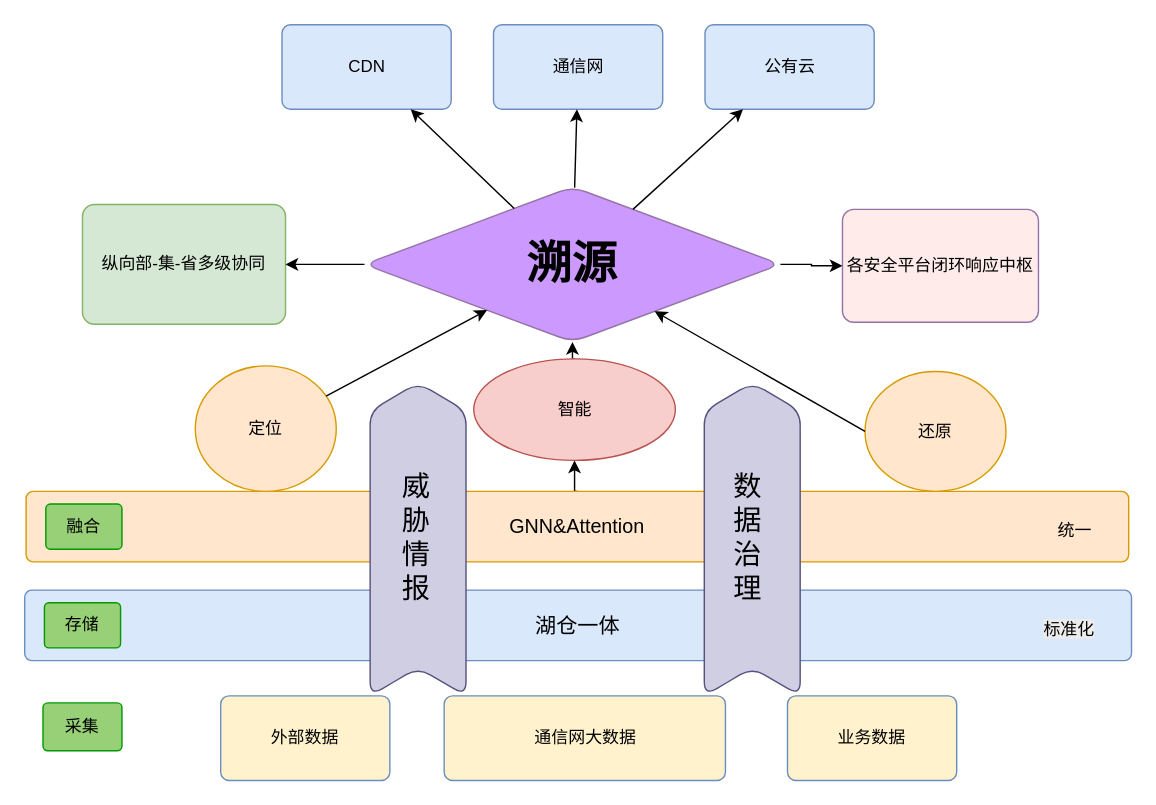
asdlijinquan/- keeps this draw.io diagram as 溯源架构.drawio. Above is the earlier version. Source tidied: cells renumbered, new cells numbered last; positions are measured from the earlier drawing's top-left corner, leaving out a move shared by most shapes. Both pictures are drawn from the tidied source at 141%, with x=0, y=0 at pixel (24, 24).
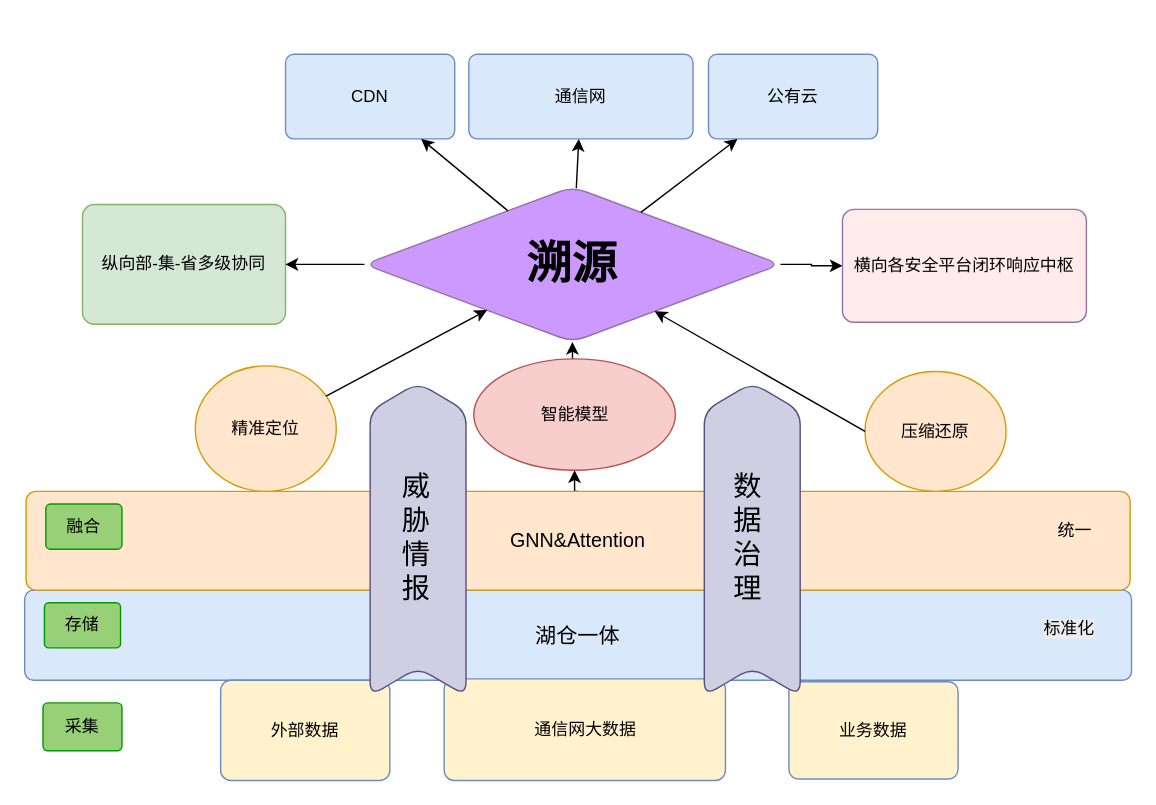
The same diagram, later.

Commit message:
更新溯源架构.drawio

Change to the diagram source:
```diff
@@
     <mxCell id="2" value="&lt;font style=&quot;font-size: 15px;&quot;&gt;湖仓一体&lt;/font&gt;" style="rounded=1;whiteSpace=wrap;html=1;arcSize=10;fillColor=#dae8fc;strokeColor=#6c8ebf;" parent="1" vertex="1">
-      <mxGeometry y="401" width="785" height="50" as="geometry" />
+      <mxGeometry y="401" width="785" height="64" as="geometry" />
     </mxCell>
@@
     <mxCell id="4" value="&lt;font style=&quot;font-size: 14px;&quot;&gt;GNN&amp;amp;Attention&lt;/font&gt;" style="rounded=1;whiteSpace=wrap;html=1;arcSize=10;fillColor=#ffe6cc;strokeColor=#d79b00;" parent="1" vertex="1">
-      <mxGeometry x="1" y="331" width="782" height="50" as="geometry" />
+      <mxGeometry x="1" y="331" width="783" height="70" as="geometry" />
     </mxCell>
     <mxCell id="5" value="外部数据" style="rounded=1;whiteSpace=wrap;html=1;arcSize=10;fillColor=#FFF2CC;strokeColor=#6c8ebf;" parent="1" vertex="1">
-      <mxGeometry x="139" y="476" width="120" height="60" as="geometry" />
+      <mxGeometry x="139" y="465" width="120" height="71" as="geometry" />
     </mxCell>
     <mxCell id="6" value="通信网大数据" style="rounded=1;whiteSpace=wrap;html=1;arcSize=10;fillColor=#FFF2CC;strokeColor=#6c8ebf;" parent="1" vertex="1">
-      <mxGeometry x="297.5" y="476" width="199.5" height="60" as="geometry" />
+      <mxGeometry x="297.5" y="464" width="199.5" height="72" as="geometry" />
     </mxCell>
     <mxCell id="7" value="业务数据" style="rounded=1;whiteSpace=wrap;html=1;arcSize=10;fillColor=#FFF2CC;strokeColor=#6c8ebf;" parent="1" vertex="1">
-      <mxGeometry x="541" y="476" width="120" height="60" as="geometry" />
+      <mxGeometry x="542" y="466" width="120" height="69" as="geometry" />
     </mxCell>
@@
-    <mxCell id="12" value="各安全平台闭环响应中枢" style="rounded=1;whiteSpace=wrap;html=1;arcSize=10;fillColor=#FEEBEA;strokeColor=#9673a6;" parent="1" vertex="1">
-      <mxGeometry x="580" y="131" width="139" height="80" as="geometry" />
+    <mxCell id="12" value="横向各安全平台闭环响应中枢" style="rounded=1;whiteSpace=wrap;html=1;arcSize=10;fillColor=#FEEBEA;strokeColor=#9673a6;" parent="1" vertex="1">
+      <mxGeometry x="580" y="131" width="173" height="80" as="geometry" />
     </mxCell>
@@
-    <mxCell id="16" value="定位" style="ellipse;whiteSpace=wrap;html=1;fillColor=#ffe6cc;strokeColor=#d79b00;" parent="1" vertex="1">
+    <mxCell id="16" value="精准定位" style="ellipse;whiteSpace=wrap;html=1;fillColor=#ffe6cc;strokeColor=#d79b00;" parent="1" vertex="1">
       <mxGeometry x="121" y="242" width="100" height="89" as="geometry" />
     </mxCell>
-    <mxCell id="17" value="还原" style="ellipse;whiteSpace=wrap;html=1;fillColor=#ffe6cc;strokeColor=#d79b00;" parent="1" vertex="1">
+    <mxCell id="17" value="压缩还原" style="ellipse;whiteSpace=wrap;html=1;fillColor=#ffe6cc;strokeColor=#d79b00;" parent="1" vertex="1">
       <mxGeometry x="596" y="246" width="100" height="85" as="geometry" />
     </mxCell>
     <mxCell id="18" value="CDN" style="rounded=1;whiteSpace=wrap;html=1;arcSize=10;fillColor=#dae8fc;strokeColor=#6c8ebf;" parent="1" vertex="1">
-      <mxGeometry x="182.5" width="120" height="60" as="geometry" />
+      <mxGeometry x="185" y="21" width="120" height="60" as="geometry" />
     </mxCell>
     <mxCell id="19" value="通信网" style="rounded=1;whiteSpace=wrap;html=1;arcSize=10;fillColor=#dae8fc;strokeColor=#6c8ebf;" parent="1" vertex="1">
-      <mxGeometry x="332.5" width="120" height="60" as="geometry" />
+      <mxGeometry x="315" y="21" width="159" height="60" as="geometry" />
     </mxCell>
     <mxCell id="20" value="公有云" style="rounded=1;whiteSpace=wrap;html=1;arcSize=10;fillColor=#dae8fc;strokeColor=#6c8ebf;" parent="1" vertex="1">
-      <mxGeometry x="482.5" width="120" height="60" as="geometry" />
+      <mxGeometry x="485" y="21" width="120" height="60" as="geometry" />
     </mxCell>
@@
-    <mxCell id="26" value="智能" style="ellipse;whiteSpace=wrap;html=1;fillColor=#f8cecc;strokeColor=#b85450;" parent="1" vertex="1">
-      <mxGeometry x="318.5" y="237" width="143" height="72" as="geometry" />
+    <mxCell id="26" value="智能模型" style="ellipse;whiteSpace=wrap;html=1;fillColor=#f8cecc;strokeColor=#b85450;" parent="1" vertex="1">
+      <mxGeometry x="318.5" y="237" width="143" height="79" as="geometry" />
     </mxCell>
```
